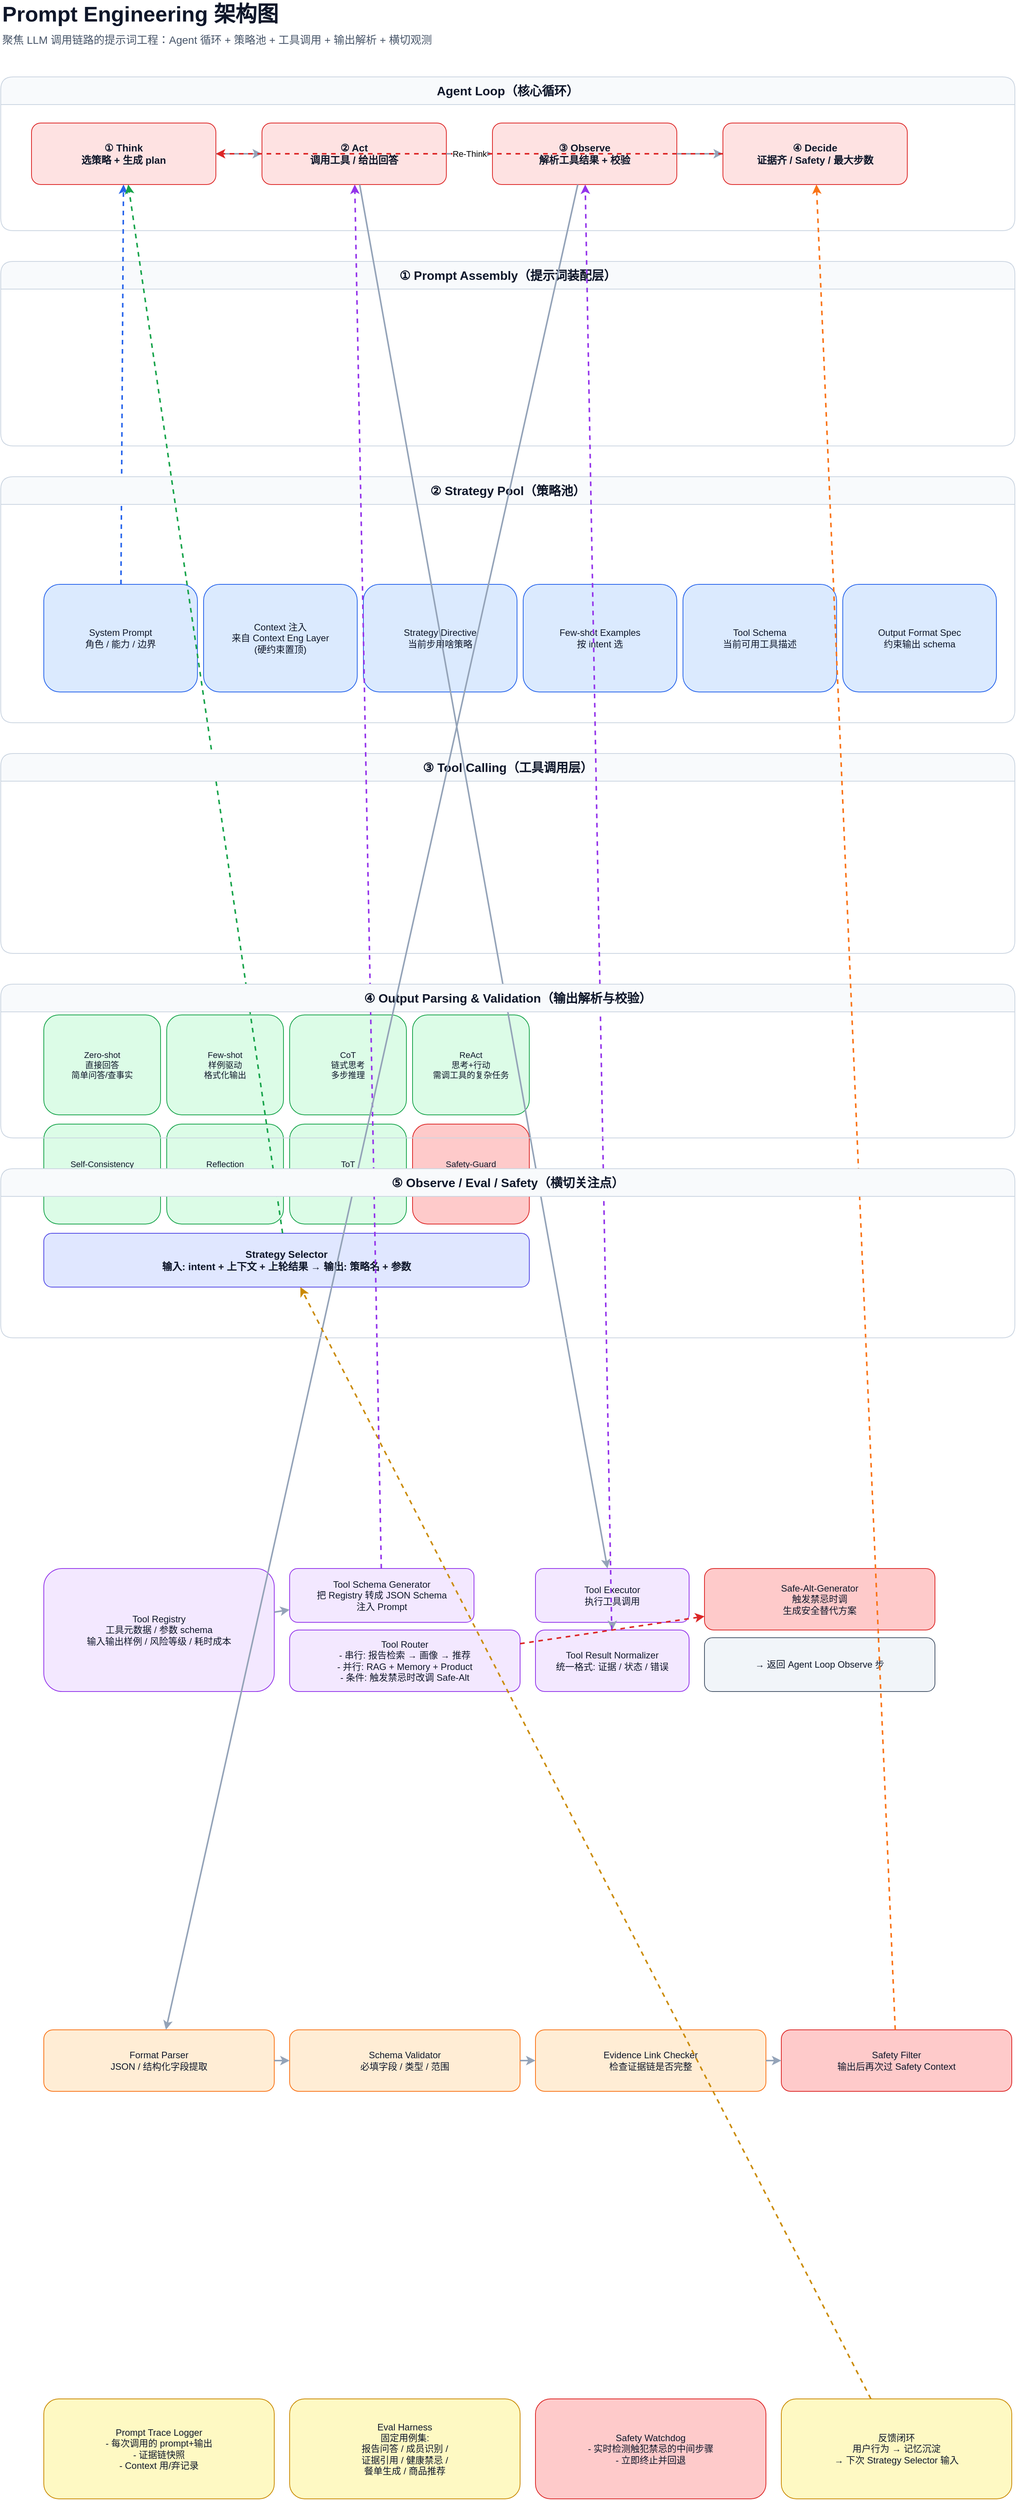
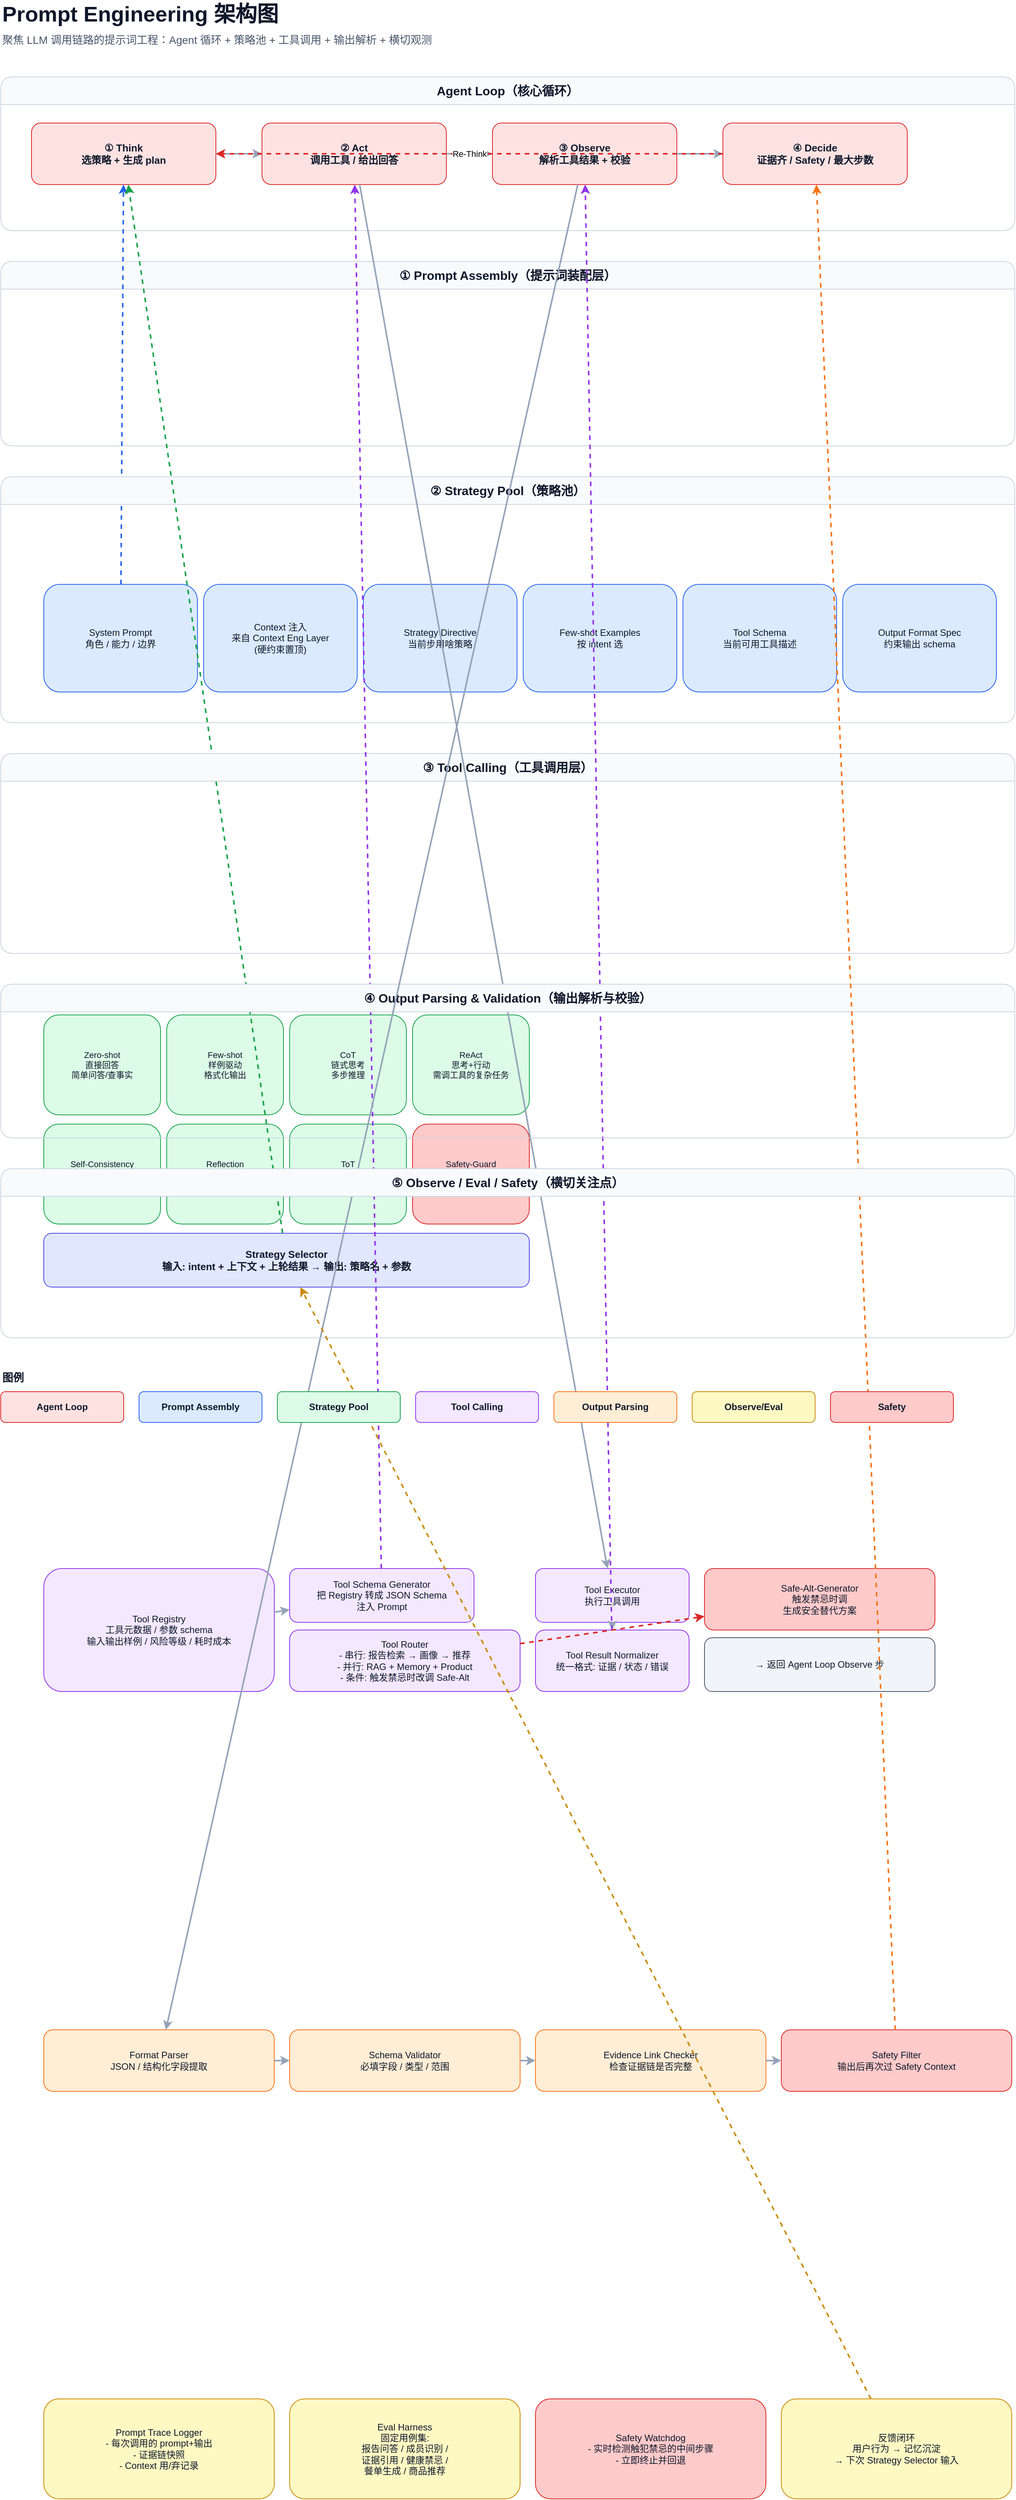
<mxfile host="app.diagrams.net">
  <diagram name="Prompt Engineering 架构图" id="prompt-engineering">
    <mxGraphModel dx="1620" dy="137" grid="0" gridSize="10" guides="1" tooltips="1" connect="1" arrows="1" fold="1" page="0" pageScale="1" pageWidth="1400" pageHeight="1950" math="0" shadow="0">
      <root>
        <mxCell id="0" />
        <mxCell id="1" parent="0" />
        <mxCell id="title" parent="1" style="text;html=1;strokeColor=none;fillColor=none;align=left;verticalAlign=middle;fontSize=28;fontStyle=1;fontColor=#0f172a;" value="Prompt Engineering 架构图" vertex="1">
          <mxGeometry height="36" width="600" x="40" y="20" as="geometry" />
        </mxCell>
        <mxCell id="subtitle" parent="1" style="text;html=1;strokeColor=none;fillColor=none;align=left;verticalAlign=middle;fontSize=14;fontStyle=0;fontColor=#475569;" value="聚焦 LLM 调用链路的提示词工程：Agent 循环 + 策略池 + 工具调用 + 输出解析 + 横切观测" vertex="1">
          <mxGeometry height="24" width="1320" x="40" y="60" as="geometry" />
        </mxCell>
        <mxCell id="agent_loop_container" parent="1" style="swimlane;html=1;rounded=1;whiteSpace=wrap;startSize=36;container=1;collapsible=0;horizontal=1;fillColor=#f8fafc;strokeColor=#cbd5e1;fontSize=16;fontStyle=1;fontColor=#0f172a;" value="Agent Loop（核心循环）" vertex="1">
          <mxGeometry height="200" width="1320" x="40" y="120" as="geometry" />
        </mxCell>
        <mxCell id="step_think" parent="1" style="rounded=1;html=1;whiteSpace=wrap;fillColor=#fee2e2;strokeColor=#dc2626;fontSize=13;fontStyle=1;fontColor=#0f172a;" value="① Think&#xa;选策略 + 生成 plan" vertex="1">
          <mxGeometry height="80" width="240" x="80" y="180" as="geometry" />
        </mxCell>
        <mxCell id="step_act" parent="1" style="rounded=1;html=1;whiteSpace=wrap;fillColor=#fee2e2;strokeColor=#dc2626;fontSize=13;fontStyle=1;fontColor=#0f172a;" value="② Act&#xa;调用工具 / 给出回答" vertex="1">
          <mxGeometry height="80" width="240" x="380" y="180" as="geometry" />
        </mxCell>
        <mxCell id="step_observe" parent="1" style="rounded=1;html=1;whiteSpace=wrap;fillColor=#fee2e2;strokeColor=#dc2626;fontSize=13;fontStyle=1;fontColor=#0f172a;" value="③ Observe&#xa;解析工具结果 + 校验" vertex="1">
          <mxGeometry height="80" width="240" x="680" y="180" as="geometry" />
        </mxCell>
        <mxCell id="step_decide" parent="1" style="rounded=1;html=1;whiteSpace=wrap;fillColor=#fee2e2;strokeColor=#dc2626;fontSize=13;fontStyle=1;fontColor=#0f172a;" value="④ Decide&#xa;证据齐 / Safety / 最大步数" vertex="1">
          <mxGeometry height="80" width="240" x="980" y="180" as="geometry" />
        </mxCell>
-         <mxCell id="681234953628" parent="1" style="endArrow=classic;html=1;rounded=0;strokeColor=#94a3b8;strokeWidth=2;" value="" edge="1" source="step_think" target="step_act">
-           <mxGeometry relative="1" as="geometry" />
-         </mxCell>
-         <mxCell id="29b058a4ad9b" parent="1" style="endArrow=classic;html=1;rounded=0;strokeColor=#94a3b8;strokeWidth=2;" value="" edge="1" source="step_act" target="step_observe">
-           <mxGeometry relative="1" as="geometry" />
-         </mxCell>
-         <mxCell id="9710d7c25776" parent="1" style="endArrow=classic;html=1;rounded=0;strokeColor=#94a3b8;strokeWidth=2;" value="" edge="1" source="step_observe" target="step_decide">
-           <mxGeometry relative="1" as="geometry" />
-         </mxCell>
-         <mxCell id="3921065226ed" parent="1" style="endArrow=classic;html=1;rounded=0;strokeColor=#94a3b8;strokeWidth=2;dashed=1;strokeColor=#dc2626;" value="Re-Think" edge="1" source="step_decide" target="step_think">
+         <mxCell id="ca7be4879196" parent="1" style="endArrow=classic;html=1;rounded=0;strokeColor=#94a3b8;strokeWidth=2;" value="" edge="1" source="step_think" target="step_act">
+           <mxGeometry relative="1" as="geometry" />
+         </mxCell>
+         <mxCell id="0b7c5208d699" parent="1" style="endArrow=classic;html=1;rounded=0;strokeColor=#94a3b8;strokeWidth=2;" value="" edge="1" source="step_act" target="step_observe">
+           <mxGeometry relative="1" as="geometry" />
+         </mxCell>
+         <mxCell id="12381580b8d0" parent="1" style="endArrow=classic;html=1;rounded=0;strokeColor=#94a3b8;strokeWidth=2;" value="" edge="1" source="step_observe" target="step_decide">
+           <mxGeometry relative="1" as="geometry" />
+         </mxCell>
+         <mxCell id="38a39f097240" parent="1" style="endArrow=classic;html=1;rounded=0;strokeColor=#94a3b8;strokeWidth=2;dashed=1;strokeColor=#dc2626;" value="Re-Think" edge="1" source="step_decide" target="step_think">
          <mxGeometry relative="1" as="geometry" />
        </mxCell>
        <mxCell id="assembly_container" parent="1" style="swimlane;html=1;rounded=1;whiteSpace=wrap;startSize=36;container=1;collapsible=0;horizontal=1;fillColor=#f8fafc;strokeColor=#cbd5e1;fontSize=16;fontStyle=1;fontColor=#0f172a;" value="① Prompt Assembly（提示词装配层）" vertex="1">
          <mxGeometry height="240" width="1320" x="40" y="360" as="geometry" />
        </mxCell>
        <mxCell id="slot_system" parent="assembly_container" style="rounded=1;html=1;whiteSpace=wrap;fillColor=#dbeafe;strokeColor=#2563eb;fontSize=12;fontStyle=0;fontColor=#0f172a;" value="System Prompt&#xa;角色 / 能力 / 边界" vertex="1">
          <mxGeometry height="140" width="200" x="56" y="420" as="geometry" />
        </mxCell>
        <mxCell id="slot_context" parent="assembly_container" style="rounded=1;html=1;whiteSpace=wrap;fillColor=#dbeafe;strokeColor=#2563eb;fontSize=12;fontStyle=0;fontColor=#0f172a;" value="Context 注入&#xa;来自 Context Eng Layer&#xa;(硬约束置顶)" vertex="1">
          <mxGeometry height="140" width="200" x="264" y="420" as="geometry" />
        </mxCell>
        <mxCell id="slot_strategy_dir" parent="assembly_container" style="rounded=1;html=1;whiteSpace=wrap;fillColor=#dbeafe;strokeColor=#2563eb;fontSize=12;fontStyle=0;fontColor=#0f172a;" value="Strategy Directive&#xa;当前步用啥策略" vertex="1">
          <mxGeometry height="140" width="200" x="472" y="420" as="geometry" />
        </mxCell>
        <mxCell id="slot_fewshot" parent="assembly_container" style="rounded=1;html=1;whiteSpace=wrap;fillColor=#dbeafe;strokeColor=#2563eb;fontSize=12;fontStyle=0;fontColor=#0f172a;" value="Few-shot Examples&#xa;按 intent 选" vertex="1">
          <mxGeometry height="140" width="200" x="680" y="420" as="geometry" />
        </mxCell>
        <mxCell id="slot_tool_schema" parent="assembly_container" style="rounded=1;html=1;whiteSpace=wrap;fillColor=#dbeafe;strokeColor=#2563eb;fontSize=12;fontStyle=0;fontColor=#0f172a;" value="Tool Schema&#xa;当前可用工具描述" vertex="1">
          <mxGeometry height="140" width="200" x="888" y="420" as="geometry" />
        </mxCell>
        <mxCell id="slot_output_fmt" parent="assembly_container" style="rounded=1;html=1;whiteSpace=wrap;fillColor=#dbeafe;strokeColor=#2563eb;fontSize=12;fontStyle=0;fontColor=#0f172a;" value="Output Format Spec&#xa;约束输出 schema" vertex="1">
          <mxGeometry height="140" width="200" x="1096" y="420" as="geometry" />
        </mxCell>
-         <mxCell id="c5dcc99975c8" parent="1" style="endArrow=classic;html=1;rounded=0;strokeColor=#94a3b8;strokeWidth=2;dashed=1;strokeColor=#2563eb;" value="" edge="1" source="slot_system" target="step_think">
+         <mxCell id="3f8f7beb27af" parent="1" style="endArrow=classic;html=1;rounded=0;strokeColor=#94a3b8;strokeWidth=2;dashed=1;strokeColor=#2563eb;" value="" edge="1" source="slot_system" target="step_think">
          <mxGeometry relative="1" as="geometry" />
        </mxCell>
        <mxCell id="strategy_container" parent="1" style="swimlane;html=1;rounded=1;whiteSpace=wrap;startSize=36;container=1;collapsible=0;horizontal=1;fillColor=#f8fafc;strokeColor=#cbd5e1;fontSize=16;fontStyle=1;fontColor=#0f172a;" value="② Strategy Pool（策略池）" vertex="1">
          <mxGeometry height="320" width="1320" x="40" y="640" as="geometry" />
        </mxCell>
        <mxCell id="strat_zero" parent="strategy_container" style="rounded=1;html=1;whiteSpace=wrap;fillColor=#dcfce7;strokeColor=#16a34a;fontSize=11;fontStyle=0;fontColor=#0f172a;" value="Zero-shot&#xa;直接回答&#xa;简单问答/查事实" vertex="1">
          <mxGeometry height="130" width="152" x="56" y="700" as="geometry" />
        </mxCell>
        <mxCell id="strat_few" parent="strategy_container" style="rounded=1;html=1;whiteSpace=wrap;fillColor=#dcfce7;strokeColor=#16a34a;fontSize=11;fontStyle=0;fontColor=#0f172a;" value="Few-shot&#xa;样例驱动&#xa;格式化输出" vertex="1">
          <mxGeometry height="130" width="152" x="216" y="700" as="geometry" />
        </mxCell>
        <mxCell id="strat_cot" parent="strategy_container" style="rounded=1;html=1;whiteSpace=wrap;fillColor=#dcfce7;strokeColor=#16a34a;fontSize=11;fontStyle=0;fontColor=#0f172a;" value="CoT&#xa;链式思考&#xa;多步推理" vertex="1">
          <mxGeometry height="130" width="152" x="376" y="700" as="geometry" />
        </mxCell>
        <mxCell id="strat_react" parent="strategy_container" style="rounded=1;html=1;whiteSpace=wrap;fillColor=#dcfce7;strokeColor=#16a34a;fontSize=11;fontStyle=0;fontColor=#0f172a;" value="ReAct&#xa;思考+行动&#xa;需调工具的复杂任务" vertex="1">
          <mxGeometry height="130" width="152" x="536" y="700" as="geometry" />
        </mxCell>
        <mxCell id="strat_selfc" parent="strategy_container" style="rounded=1;html=1;whiteSpace=wrap;fillColor=#dcfce7;strokeColor=#16a34a;fontSize=11;fontStyle=0;fontColor=#0f172a;" value="Self-Consistency&#xa;多路径投票&#xa;事实性强/答案唯一" vertex="1">
          <mxGeometry height="130" width="152" x="56" y="842" as="geometry" />
        </mxCell>
        <mxCell id="strat_refl" parent="strategy_container" style="rounded=1;html=1;whiteSpace=wrap;fillColor=#dcfce7;strokeColor=#16a34a;fontSize=11;fontStyle=0;fontColor=#0f172a;" value="Reflection&#xa;自我反思&#xa;Re-Think 步骤" vertex="1">
          <mxGeometry height="130" width="152" x="216" y="842" as="geometry" />
        </mxCell>
        <mxCell id="strat_tot" parent="strategy_container" style="rounded=1;html=1;whiteSpace=wrap;fillColor=#dcfce7;strokeColor=#16a34a;fontSize=11;fontStyle=0;fontColor=#0f172a;" value="ToT&#xa;思维树&#xa;多方案探索/对比" vertex="1">
          <mxGeometry height="130" width="152" x="376" y="842" as="geometry" />
        </mxCell>
        <mxCell id="strat_safe" parent="strategy_container" style="rounded=1;html=1;whiteSpace=wrap;fillColor=#fecaca;strokeColor=#dc2626;fontSize=11;fontStyle=0;fontColor=#0f172a;" value="Safety-Guard&#xa;硬约束 prompt&#xa;触犯禁忌立即终止" vertex="1">
          <mxGeometry height="130" width="152" x="536" y="842" as="geometry" />
        </mxCell>
        <mxCell id="strat_selector" parent="strategy_container" style="rounded=1;html=1;whiteSpace=wrap;fillColor=#e0e7ff;strokeColor=#4f46e5;fontSize=13;fontStyle=1;fontColor=#0f172a;" value="Strategy Selector&#xa;输入: intent + 上下文 + 上轮结果 → 输出: 策略名 + 参数" vertex="1">
          <mxGeometry height="70" width="632" x="56" y="984" as="geometry" />
        </mxCell>
-         <mxCell id="ee4b469ff4d8" parent="1" style="endArrow=classic;html=1;rounded=0;strokeColor=#94a3b8;strokeWidth=2;dashed=1;strokeColor=#16a34a;" value="" edge="1" source="strat_selector" target="step_think">
+         <mxCell id="779cd5518063" parent="1" style="endArrow=classic;html=1;rounded=0;strokeColor=#94a3b8;strokeWidth=2;dashed=1;strokeColor=#16a34a;" value="" edge="1" source="strat_selector" target="step_think">
          <mxGeometry relative="1" as="geometry" />
        </mxCell>
        <mxCell id="tool_container" parent="1" style="swimlane;html=1;rounded=1;whiteSpace=wrap;startSize=36;container=1;collapsible=0;horizontal=1;fillColor=#f8fafc;strokeColor=#cbd5e1;fontSize=16;fontStyle=1;fontColor=#0f172a;" value="③ Tool Calling（工具调用层）" vertex="1">
          <mxGeometry height="260" width="1320" x="40" y="1000" as="geometry" />
        </mxCell>
        <mxCell id="tool_registry" parent="tool_container" style="rounded=1;html=1;whiteSpace=wrap;fillColor=#f3e8ff;strokeColor=#9333ea;fontSize=12;fontStyle=0;fontColor=#0f172a;" value="Tool Registry&#xa;工具元数据 / 参数 schema&#xa;输入输出样例 / 风险等级 / 耗时成本" vertex="1">
          <mxGeometry height="160" width="300" x="56" y="1060" as="geometry" />
        </mxCell>
        <mxCell id="tool_schema_gen" parent="tool_container" style="rounded=1;html=1;whiteSpace=wrap;fillColor=#f3e8ff;strokeColor=#9333ea;fontSize=12;fontStyle=0;fontColor=#0f172a;" value="Tool Schema Generator&#xa;把 Registry 转成 JSON Schema&#xa;注入 Prompt" vertex="1">
          <mxGeometry height="70" width="240" x="376" y="1060" as="geometry" />
        </mxCell>
        <mxCell id="tool_router" parent="tool_container" style="rounded=1;html=1;whiteSpace=wrap;fillColor=#f3e8ff;strokeColor=#9333ea;fontSize=12;fontStyle=0;fontColor=#0f172a;" value="Tool Router&#xa;- 串行: 报告检索 → 画像 → 推荐&#xa;- 并行: RAG + Memory + Product&#xa;- 条件: 触发禁忌时改调 Safe-Alt" vertex="1">
          <mxGeometry height="80" width="300" x="376" y="1140" as="geometry" />
        </mxCell>
        <mxCell id="tool_executor" parent="tool_container" style="rounded=1;html=1;whiteSpace=wrap;fillColor=#f3e8ff;strokeColor=#9333ea;fontSize=12;fontStyle=0;fontColor=#0f172a;" value="Tool Executor&#xa;执行工具调用" vertex="1">
          <mxGeometry height="70" width="200" x="696" y="1060" as="geometry" />
        </mxCell>
        <mxCell id="tool_normalizer" parent="tool_container" style="rounded=1;html=1;whiteSpace=wrap;fillColor=#f3e8ff;strokeColor=#9333ea;fontSize=12;fontStyle=0;fontColor=#0f172a;" value="Tool Result Normalizer&#xa;统一格式: 证据 / 状态 / 错误" vertex="1">
          <mxGeometry height="80" width="200" x="696" y="1140" as="geometry" />
        </mxCell>
        <mxCell id="tool_safe_alt" parent="tool_container" style="rounded=1;html=1;whiteSpace=wrap;fillColor=#fecaca;strokeColor=#dc2626;fontSize=12;fontStyle=0;fontColor=#0f172a;" value="Safe-Alt-Generator&#xa;触发禁忌时调&#xa;生成安全替代方案" vertex="1">
          <mxGeometry height="80" width="300" x="916" y="1060" as="geometry" />
        </mxCell>
        <mxCell id="tool_loop_back" parent="tool_container" style="rounded=1;html=1;whiteSpace=wrap;fillColor=#f1f5f9;strokeColor=#475569;fontSize=12;fontStyle=0;fontColor=#0f172a;" value="→ 返回 Agent Loop Observe 步" vertex="1">
          <mxGeometry height="70" width="300" x="916" y="1150" as="geometry" />
        </mxCell>
-         <mxCell id="dfbc0aaaec53" parent="1" style="endArrow=classic;html=1;rounded=0;strokeColor=#94a3b8;strokeWidth=2;" value="" edge="1" source="tool_registry" target="tool_schema_gen">
-           <mxGeometry relative="1" as="geometry" />
-         </mxCell>
-         <mxCell id="2e80b0e54bff" parent="1" style="endArrow=classic;html=1;rounded=0;strokeColor=#94a3b8;strokeWidth=2;dashed=1;strokeColor=#9333ea;" value="" edge="1" source="tool_schema_gen" target="step_act">
-           <mxGeometry relative="1" as="geometry" />
-         </mxCell>
-         <mxCell id="d04777bb396e" parent="1" style="endArrow=classic;html=1;rounded=0;strokeColor=#94a3b8;strokeWidth=2;" value="" edge="1" source="step_act" target="tool_executor">
-           <mxGeometry relative="1" as="geometry" />
-         </mxCell>
-         <mxCell id="b319a5b2b5c4" parent="1" style="endArrow=classic;html=1;rounded=0;strokeColor=#94a3b8;strokeWidth=2;" value="" edge="1" source="tool_executor" target="tool_normalizer">
-           <mxGeometry relative="1" as="geometry" />
-         </mxCell>
-         <mxCell id="f7c70560b290" parent="1" style="endArrow=classic;html=1;rounded=0;strokeColor=#94a3b8;strokeWidth=2;dashed=1;strokeColor=#9333ea;" value="" edge="1" source="tool_normalizer" target="step_observe">
-           <mxGeometry relative="1" as="geometry" />
-         </mxCell>
-         <mxCell id="b73c9e63cee7" parent="1" style="endArrow=classic;html=1;rounded=0;strokeColor=#94a3b8;strokeWidth=2;dashed=1;strokeColor=#dc2626;" value="" edge="1" source="tool_router" target="tool_safe_alt">
+         <mxCell id="19389a8cb0d2" parent="1" style="endArrow=classic;html=1;rounded=0;strokeColor=#94a3b8;strokeWidth=2;" value="" edge="1" source="tool_registry" target="tool_schema_gen">
+           <mxGeometry relative="1" as="geometry" />
+         </mxCell>
+         <mxCell id="b6030f138d63" parent="1" style="endArrow=classic;html=1;rounded=0;strokeColor=#94a3b8;strokeWidth=2;dashed=1;strokeColor=#9333ea;" value="" edge="1" source="tool_schema_gen" target="step_act">
+           <mxGeometry relative="1" as="geometry" />
+         </mxCell>
+         <mxCell id="f5f04653c6c1" parent="1" style="endArrow=classic;html=1;rounded=0;strokeColor=#94a3b8;strokeWidth=2;" value="" edge="1" source="step_act" target="tool_executor">
+           <mxGeometry relative="1" as="geometry" />
+         </mxCell>
+         <mxCell id="3f26725a95d3" parent="1" style="endArrow=classic;html=1;rounded=0;strokeColor=#94a3b8;strokeWidth=2;" value="" edge="1" source="tool_executor" target="tool_normalizer">
+           <mxGeometry relative="1" as="geometry" />
+         </mxCell>
+         <mxCell id="0dccdaa5e723" parent="1" style="endArrow=classic;html=1;rounded=0;strokeColor=#94a3b8;strokeWidth=2;dashed=1;strokeColor=#9333ea;" value="" edge="1" source="tool_normalizer" target="step_observe">
+           <mxGeometry relative="1" as="geometry" />
+         </mxCell>
+         <mxCell id="75b92bc4c6d5" parent="1" style="endArrow=classic;html=1;rounded=0;strokeColor=#94a3b8;strokeWidth=2;dashed=1;strokeColor=#dc2626;" value="" edge="1" source="tool_router" target="tool_safe_alt">
          <mxGeometry relative="1" as="geometry" />
        </mxCell>
        <mxCell id="parse_container" parent="1" style="swimlane;html=1;rounded=1;whiteSpace=wrap;startSize=36;container=1;collapsible=0;horizontal=1;fillColor=#f8fafc;strokeColor=#cbd5e1;fontSize=16;fontStyle=1;fontColor=#0f172a;" value="④ Output Parsing &amp; Validation（输出解析与校验）" vertex="1">
          <mxGeometry height="200" width="1320" x="40" y="1300" as="geometry" />
        </mxCell>
        <mxCell id="parse_format" parent="parse_container" style="rounded=1;html=1;whiteSpace=wrap;fillColor=#ffedd5;strokeColor=#f97316;fontSize=12;fontStyle=0;fontColor=#0f172a;" value="Format Parser&#xa;JSON / 结构化字段提取" vertex="1">
          <mxGeometry height="80" width="300" x="56" y="1360" as="geometry" />
        </mxCell>
        <mxCell id="parse_schema" parent="parse_container" style="rounded=1;html=1;whiteSpace=wrap;fillColor=#ffedd5;strokeColor=#f97316;fontSize=12;fontStyle=0;fontColor=#0f172a;" value="Schema Validator&#xa;必填字段 / 类型 / 范围" vertex="1">
          <mxGeometry height="80" width="300" x="376" y="1360" as="geometry" />
        </mxCell>
        <mxCell id="parse_evidence" parent="parse_container" style="rounded=1;html=1;whiteSpace=wrap;fillColor=#ffedd5;strokeColor=#f97316;fontSize=12;fontStyle=0;fontColor=#0f172a;" value="Evidence Link Checker&#xa;检查证据链是否完整" vertex="1">
          <mxGeometry height="80" width="300" x="696" y="1360" as="geometry" />
        </mxCell>
        <mxCell id="parse_safety" parent="parse_container" style="rounded=1;html=1;whiteSpace=wrap;fillColor=#fecaca;strokeColor=#dc2626;fontSize=12;fontStyle=0;fontColor=#0f172a;" value="Safety Filter&#xa;输出后再次过 Safety Context" vertex="1">
          <mxGeometry height="80" width="300" x="1016" y="1360" as="geometry" />
        </mxCell>
-         <mxCell id="919a46d77aa0" parent="1" style="endArrow=classic;html=1;rounded=0;strokeColor=#94a3b8;strokeWidth=2;" value="" edge="1" source="step_observe" target="parse_format">
-           <mxGeometry relative="1" as="geometry" />
-         </mxCell>
-         <mxCell id="c65bc621f54b" parent="1" style="endArrow=classic;html=1;rounded=0;strokeColor=#94a3b8;strokeWidth=2;" value="" edge="1" source="parse_format" target="parse_schema">
-           <mxGeometry relative="1" as="geometry" />
-         </mxCell>
-         <mxCell id="e2e250d07fbe" parent="1" style="endArrow=classic;html=1;rounded=0;strokeColor=#94a3b8;strokeWidth=2;" value="" edge="1" source="parse_schema" target="parse_evidence">
-           <mxGeometry relative="1" as="geometry" />
-         </mxCell>
-         <mxCell id="9eba35c81c93" parent="1" style="endArrow=classic;html=1;rounded=0;strokeColor=#94a3b8;strokeWidth=2;" value="" edge="1" source="parse_evidence" target="parse_safety">
-           <mxGeometry relative="1" as="geometry" />
-         </mxCell>
-         <mxCell id="edb498f447a4" parent="1" style="endArrow=classic;html=1;rounded=0;strokeColor=#94a3b8;strokeWidth=2;dashed=1;strokeColor=#f97316;" value="" edge="1" source="parse_safety" target="step_decide">
+         <mxCell id="f388a4e602bf" parent="1" style="endArrow=classic;html=1;rounded=0;strokeColor=#94a3b8;strokeWidth=2;" value="" edge="1" source="step_observe" target="parse_format">
+           <mxGeometry relative="1" as="geometry" />
+         </mxCell>
+         <mxCell id="fdc416406b4a" parent="1" style="endArrow=classic;html=1;rounded=0;strokeColor=#94a3b8;strokeWidth=2;" value="" edge="1" source="parse_format" target="parse_schema">
+           <mxGeometry relative="1" as="geometry" />
+         </mxCell>
+         <mxCell id="070798b32136" parent="1" style="endArrow=classic;html=1;rounded=0;strokeColor=#94a3b8;strokeWidth=2;" value="" edge="1" source="parse_schema" target="parse_evidence">
+           <mxGeometry relative="1" as="geometry" />
+         </mxCell>
+         <mxCell id="06b8b4ef8468" parent="1" style="endArrow=classic;html=1;rounded=0;strokeColor=#94a3b8;strokeWidth=2;" value="" edge="1" source="parse_evidence" target="parse_safety">
+           <mxGeometry relative="1" as="geometry" />
+         </mxCell>
+         <mxCell id="4cd2251d3bb0" parent="1" style="endArrow=classic;html=1;rounded=0;strokeColor=#94a3b8;strokeWidth=2;dashed=1;strokeColor=#f97316;" value="" edge="1" source="parse_safety" target="step_decide">
          <mxGeometry relative="1" as="geometry" />
        </mxCell>
        <mxCell id="observe_container" parent="1" style="swimlane;html=1;rounded=1;whiteSpace=wrap;startSize=36;container=1;collapsible=0;horizontal=1;fillColor=#f8fafc;strokeColor=#cbd5e1;fontSize=16;fontStyle=1;fontColor=#0f172a;" value="⑤ Observe / Eval / Safety（横切关注点）" vertex="1">
          <mxGeometry height="220" width="1320" x="40" y="1540" as="geometry" />
        </mxCell>
        <mxCell id="obs_trace" parent="observe_container" style="rounded=1;html=1;whiteSpace=wrap;fillColor=#fef9c3;strokeColor=#ca8a04;fontSize=12;fontStyle=0;fontColor=#0f172a;" value="Prompt Trace Logger&#xa;- 每次调用的 prompt+输出&#xa;- 证据链快照&#xa;- Context 用/弃记录" vertex="1">
          <mxGeometry height="130" width="300" x="56" y="1600" as="geometry" />
        </mxCell>
        <mxCell id="obs_eval" parent="observe_container" style="rounded=1;html=1;whiteSpace=wrap;fillColor=#fef9c3;strokeColor=#ca8a04;fontSize=12;fontStyle=0;fontColor=#0f172a;" value="Eval Harness&#xa;固定用例集:&#xa;报告问答 / 成员识别 /&#xa;证据引用 / 健康禁忌 /&#xa;餐单生成 / 商品推荐" vertex="1">
          <mxGeometry height="130" width="300" x="376" y="1600" as="geometry" />
        </mxCell>
        <mxCell id="obs_watchdog" parent="observe_container" style="rounded=1;html=1;whiteSpace=wrap;fillColor=#fecaca;strokeColor=#dc2626;fontSize=12;fontStyle=0;fontColor=#0f172a;" value="Safety Watchdog&#xa;- 实时检测触犯禁忌的中间步骤&#xa;- 立即终止并回退" vertex="1">
          <mxGeometry height="130" width="300" x="696" y="1600" as="geometry" />
        </mxCell>
        <mxCell id="obs_feedback" parent="observe_container" style="rounded=1;html=1;whiteSpace=wrap;fillColor=#fef9c3;strokeColor=#ca8a04;fontSize=12;fontStyle=0;fontColor=#0f172a;" value="反馈闭环&#xa;用户行为 → 记忆沉淀&#xa;→ 下次 Strategy Selector 输入" vertex="1">
          <mxGeometry height="130" width="300" x="1016" y="1600" as="geometry" />
        </mxCell>
-         <mxCell id="f3231b751ac9" parent="1" style="endArrow=classic;html=1;rounded=0;strokeColor=#94a3b8;strokeWidth=2;dashed=1;strokeColor=#ca8a04;" value="" edge="1" source="obs_feedback" target="strat_selector">
-           <mxGeometry relative="1" as="geometry" />
+         <mxCell id="f1c887e69dae" parent="1" style="endArrow=classic;html=1;rounded=0;strokeColor=#94a3b8;strokeWidth=2;dashed=1;strokeColor=#ca8a04;" value="" edge="1" source="obs_feedback" target="strat_selector">
+           <mxGeometry relative="1" as="geometry" />
+         </mxCell>
+         <mxCell id="legend_title" parent="1" style="text;html=1;strokeColor=none;fillColor=none;align=left;verticalAlign=middle;fontSize=14;fontStyle=1;fontColor=#0f172a;" value="图例" vertex="1">
+           <mxGeometry height="24" width="80" x="40" y="1800" as="geometry" />
+         </mxCell>
+         <mxCell id="legend_agent" parent="1" style="rounded=1;html=1;whiteSpace=wrap;fillColor=#fee2e2;strokeColor=#dc2626;fontSize=12;fontStyle=1;fontColor=#0f172a;" value="Agent Loop" vertex="1">
+           <mxGeometry height="40" width="160" x="40" y="1830" as="geometry" />
+         </mxCell>
+         <mxCell id="legend_assembly" parent="1" style="rounded=1;html=1;whiteSpace=wrap;fillColor=#dbeafe;strokeColor=#2563eb;fontSize=12;fontStyle=1;fontColor=#0f172a;" value="Prompt Assembly" vertex="1">
+           <mxGeometry height="40" width="160" x="220" y="1830" as="geometry" />
+         </mxCell>
+         <mxCell id="legend_strategy" parent="1" style="rounded=1;html=1;whiteSpace=wrap;fillColor=#dcfce7;strokeColor=#16a34a;fontSize=12;fontStyle=1;fontColor=#0f172a;" value="Strategy Pool" vertex="1">
+           <mxGeometry height="40" width="160" x="400" y="1830" as="geometry" />
+         </mxCell>
+         <mxCell id="legend_tool" parent="1" style="rounded=1;html=1;whiteSpace=wrap;fillColor=#f3e8ff;strokeColor=#9333ea;fontSize=12;fontStyle=1;fontColor=#0f172a;" value="Tool Calling" vertex="1">
+           <mxGeometry height="40" width="160" x="580" y="1830" as="geometry" />
+         </mxCell>
+         <mxCell id="legend_parse" parent="1" style="rounded=1;html=1;whiteSpace=wrap;fillColor=#ffedd5;strokeColor=#f97316;fontSize=12;fontStyle=1;fontColor=#0f172a;" value="Output Parsing" vertex="1">
+           <mxGeometry height="40" width="160" x="760" y="1830" as="geometry" />
+         </mxCell>
+         <mxCell id="legend_observe" parent="1" style="rounded=1;html=1;whiteSpace=wrap;fillColor=#fef9c3;strokeColor=#ca8a04;fontSize=12;fontStyle=1;fontColor=#0f172a;" value="Observe/Eval" vertex="1">
+           <mxGeometry height="40" width="160" x="940" y="1830" as="geometry" />
+         </mxCell>
+         <mxCell id="legend_safety" parent="1" style="rounded=1;html=1;whiteSpace=wrap;fillColor=#fecaca;strokeColor=#dc2626;fontSize=12;fontStyle=1;fontColor=#0f172a;" value="Safety" vertex="1">
+           <mxGeometry height="40" width="160" x="1120" y="1830" as="geometry" />
        </mxCell>
      </root>
    </mxGraphModel>
  </diagram>
</mxfile>
